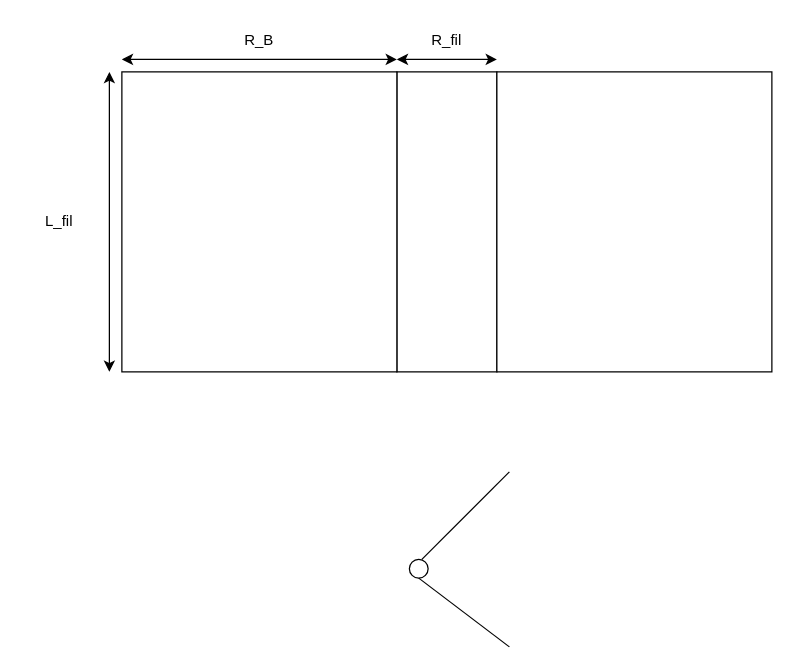
The draw.io diagram DrawIo/Filament_géométrie.drawio in KyuriTaima/CygnusDynamics, before the edit. Source tidied: cells renumbered, new cells numbered last; positions are measured from the earlier drawing's top-left corner, leaving out a move shared by most shapes. Both pictures are drawn from the tidied source at 125%, with x=0, y=0 at pixel (21, 21).
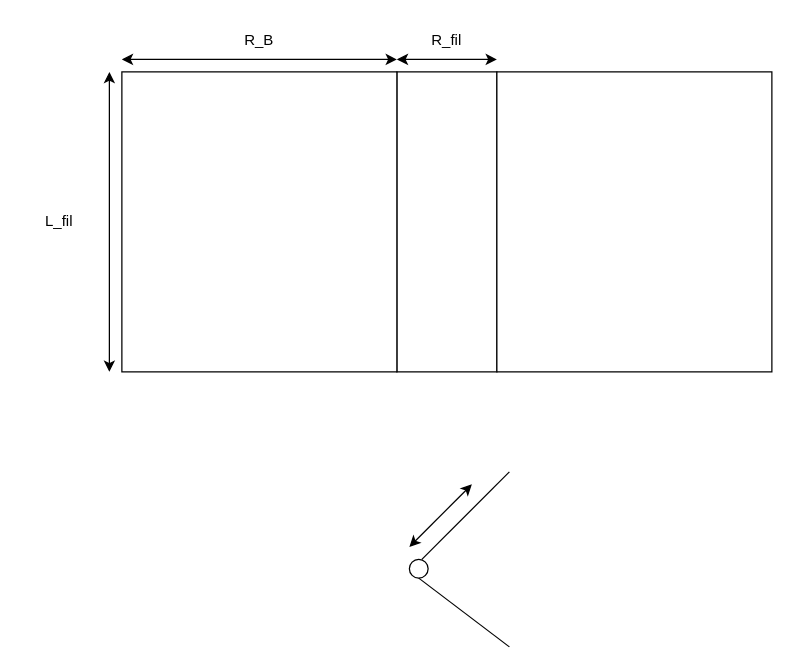
The same page after the edit.

Commit message:
Overleaf Connect auto-sync [2026-06-18 11:46:08]

What changed in the source:
```diff
@@
+    <mxCell id="14" style="endArrow=classic;startArrow=classic;html=1;rounded=0;" parent="1" edge="1">
+      <mxGeometry relative="1" as="geometry">
+        <mxPoint x="310" y="420" as="sourcePoint" />
+        <mxPoint x="360" y="370" as="targetPoint" />
+      </mxGeometry>
+    </mxCell>
```
